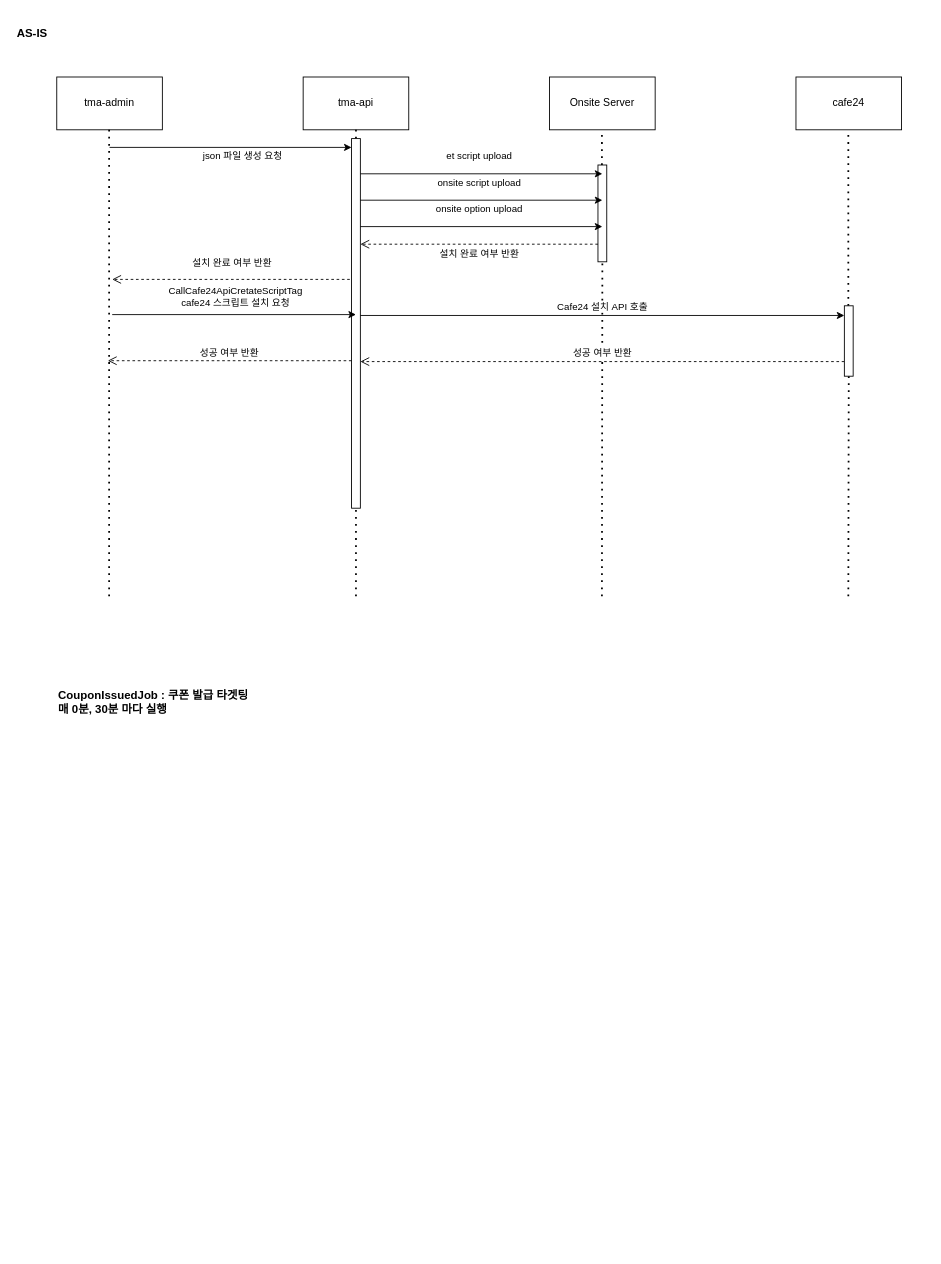
Above: cafe24onboarding.drawio in jaero0725/draw_io (draw.io), before the change. Source tidied: cells renumbered, new cells numbered last; positions are measured from the earlier drawing's top-left corner, leaving out a move shared by most shapes. Both pictures are drawn from the tidied source at 88%, with x=0, y=0 at pixel (15, 15).
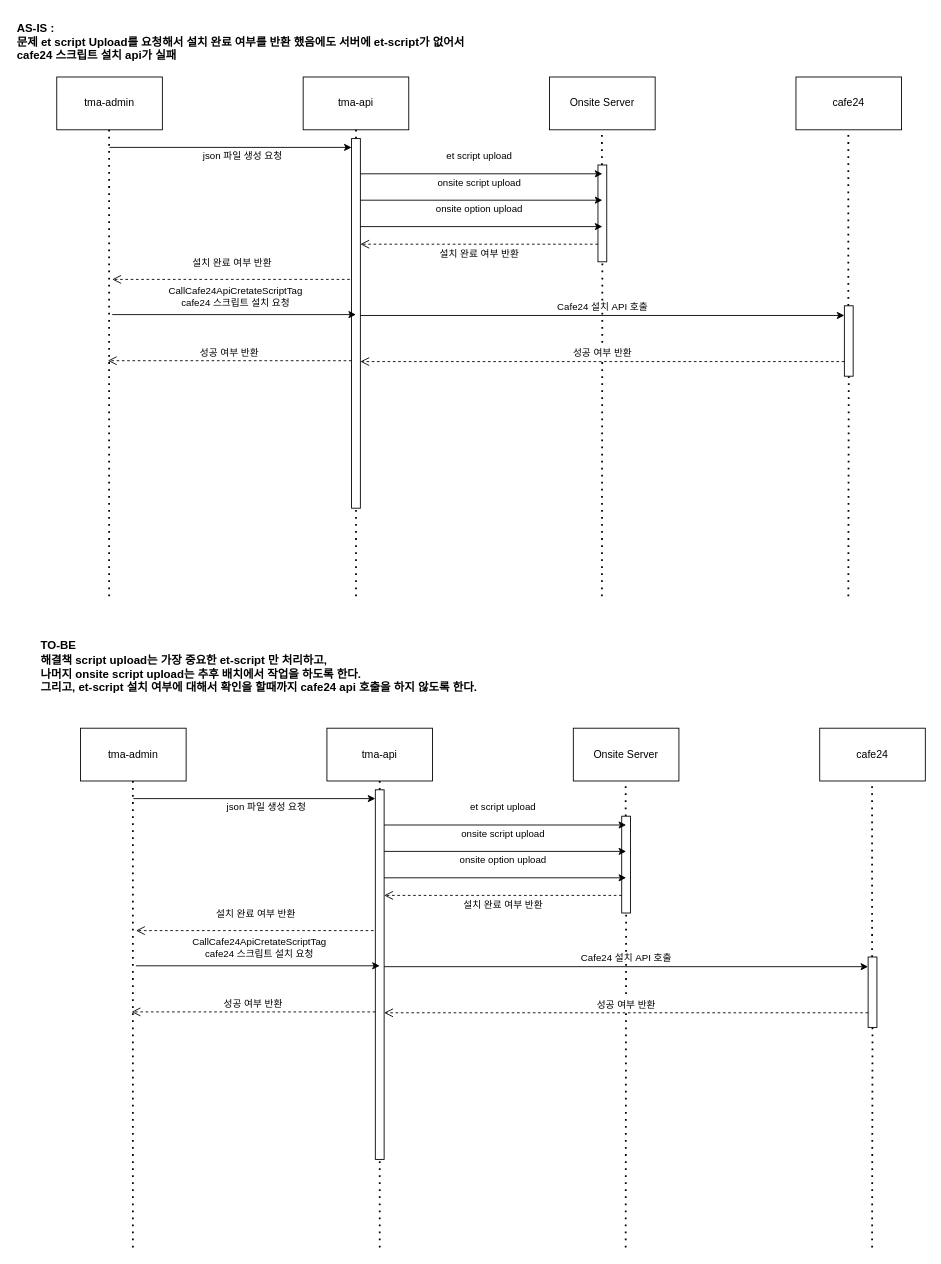
The same diagram, later.

What changed in the source:
```diff
@@
-    <mxCell id="17" value="CouponIssuedJob : 쿠폰 발급 타겟팅&lt;br style=&quot;font-size: 13px;&quot;&gt;매 0분, 30분 마다 실행&amp;nbsp;" style="text;strokeColor=none;align=left;fillColor=none;html=1;verticalAlign=middle;whiteSpace=wrap;rounded=0;fontStyle=1;fontSize=13;" parent="1" vertex="1">
-      <mxGeometry x="47" y="760" width="380" height="40" as="geometry" />
-    </mxCell>
@@
-    <mxCell id="27" value="AS-IS" style="text;strokeColor=none;align=left;fillColor=none;html=1;verticalAlign=middle;whiteSpace=wrap;rounded=0;fontStyle=1;fontSize=13;" parent="1" vertex="1">
-      <mxGeometry width="380" height="40" as="geometry" />
+    <mxCell id="27" value="AS-IS :&amp;nbsp;&lt;div&gt;문제 et script Upload를 요청해서 설치 완료 여부를 반환 했음에도 서버에 et-script가 없어서 cafe24 스크립트 설치 api가 실패&lt;/div&gt;" style="text;strokeColor=none;align=left;fillColor=none;html=1;verticalAlign=middle;whiteSpace=wrap;rounded=0;fontStyle=1;fontSize=13;" parent="1" vertex="1">
+      <mxGeometry width="547" height="60" as="geometry" />
     </mxCell>
+    <mxCell id="28" value="tma-admin" style="rounded=0;whiteSpace=wrap;html=1;" parent="1" vertex="1">
+      <mxGeometry x="74" y="810" width="120" height="60" as="geometry" />
+    </mxCell>
+    <mxCell id="29" value="tma-api" style="rounded=0;whiteSpace=wrap;html=1;" parent="1" vertex="1">
+      <mxGeometry x="354" y="810" width="120" height="60" as="geometry" />
+    </mxCell>
+    <mxCell id="30" value="cafe24" style="rounded=0;whiteSpace=wrap;html=1;" parent="1" vertex="1">
+      <mxGeometry x="914" y="810" width="120" height="60" as="geometry" />
+    </mxCell>
+    <mxCell id="31" value="Onsite Server" style="rounded=0;whiteSpace=wrap;html=1;" parent="1" vertex="1">
+      <mxGeometry x="634" y="810" width="120" height="60" as="geometry" />
+    </mxCell>
+    <mxCell id="32" style="endArrow=none;dashed=1;html=1;dashPattern=1 3;strokeWidth=2;rounded=0;entryX=0.5;entryY=1;entryDx=0;entryDy=0;" parent="1" edge="1" source="39" target="29">
+      <mxGeometry relative="1" as="geometry" />
+    </mxCell>
+    <mxCell id="33" style="endArrow=none;dashed=1;html=1;dashPattern=1 3;strokeWidth=2;rounded=0;entryX=0.5;entryY=1;entryDx=0;entryDy=0;" parent="1" edge="1">
+      <mxGeometry relative="1" as="geometry">
+        <mxPoint x="133.5" y="1400" as="sourcePoint" />
+        <mxPoint x="133.5" y="870" as="targetPoint" />
+      </mxGeometry>
+    </mxCell>
+    <mxCell id="34" style="endArrow=none;dashed=1;html=1;dashPattern=1 3;strokeWidth=2;rounded=0;entryX=0.5;entryY=1;entryDx=0;entryDy=0;" parent="1" edge="1" source="37">
+      <mxGeometry relative="1" as="geometry">
+        <mxPoint x="693.5" y="870" as="targetPoint" />
+      </mxGeometry>
+    </mxCell>
+    <mxCell id="35" style="endArrow=none;dashed=1;html=1;dashPattern=1 3;strokeWidth=2;rounded=0;entryX=0.5;entryY=1;entryDx=0;entryDy=0;" parent="1" edge="1" source="49">
+      <mxGeometry relative="1" as="geometry">
+        <mxPoint x="973.5" y="870" as="targetPoint" />
+      </mxGeometry>
+    </mxCell>
+    <mxCell id="36" style="endArrow=none;dashed=1;html=1;dashPattern=1 3;strokeWidth=2;rounded=0;entryX=0.5;entryY=1;entryDx=0;entryDy=0;" parent="1" edge="1" target="37">
+      <mxGeometry relative="1" as="geometry">
+        <mxPoint x="693.5" y="1400" as="sourcePoint" />
+      </mxGeometry>
+    </mxCell>
+    <mxCell id="37" style="html=1;points=[[0,0,0,0,5],[0,1,0,0,-5],[1,0,0,0,5],[1,1,0,0,-5]];perimeter=orthogonalPerimeter;outlineConnect=0;targetShapes=umlLifeline;portConstraint=eastwest;newEdgeStyle={&quot;curved&quot;:0,&quot;rounded&quot;:0};" parent="1" vertex="1">
+      <mxGeometry x="689" y="910" width="10" height="110" as="geometry" />
+    </mxCell>
+    <mxCell id="38" style="endArrow=none;dashed=1;html=1;dashPattern=1 3;strokeWidth=2;rounded=0;entryX=0.5;entryY=1;entryDx=0;entryDy=0;" parent="1" edge="1" target="39">
+      <mxGeometry relative="1" as="geometry">
+        <mxPoint x="414" y="1400" as="sourcePoint" />
+      </mxGeometry>
+    </mxCell>
+    <mxCell id="39" style="html=1;points=[[0,0,0,0,5],[0,1,0,0,-5],[1,0,0,0,5],[1,1,0,0,-5]];perimeter=orthogonalPerimeter;outlineConnect=0;targetShapes=umlLifeline;portConstraint=eastwest;newEdgeStyle={&quot;curved&quot;:0,&quot;rounded&quot;:0};" parent="1" vertex="1">
+      <mxGeometry x="409" y="880" width="10" height="420" as="geometry" />
+    </mxCell>
+    <mxCell id="40" value="onsite script upload" style="endArrow=classic;html=1;rounded=0;" parent="1" edge="1">
+      <mxGeometry x="-0.02" y="20" relative="1" as="geometry">
+        <mxPoint x="419" y="950" as="sourcePoint" />
+        <mxPoint x="694" y="950" as="targetPoint" />
+      </mxGeometry>
+    </mxCell>
+    <mxCell id="41" value="성공 여부 반환" style="html=1;verticalAlign=bottom;endArrow=open;dashed=1;endSize=8;curved=0;rounded=0;" parent="1" edge="1">
+      <mxGeometry relative="1" as="geometry">
+        <mxPoint x="969" y="1133.4" as="sourcePoint" />
+        <mxPoint x="419" y="1133.4" as="targetPoint" />
+      </mxGeometry>
+    </mxCell>
+    <mxCell id="42" value="설치 완료 여부 반환" style="html=1;verticalAlign=bottom;endArrow=open;dashed=1;endSize=8;curved=0;rounded=0;" parent="1" edge="1">
+      <mxGeometry x="-0.01" y="-10" relative="1" as="geometry">
+        <mxPoint x="407" y="1040" as="sourcePoint" />
+        <mxPoint x="137" y="1040" as="targetPoint" />
+      </mxGeometry>
+    </mxCell>
+    <mxCell id="43" value="json 파일 생성 요청" style="endArrow=classic;html=1;rounded=0;" parent="1" edge="1" target="39">
+      <mxGeometry x="0.09" y="-10" relative="1" as="geometry">
+        <mxPoint x="134" y="890" as="sourcePoint" />
+        <mxPoint x="1" as="offset" />
+      </mxGeometry>
+    </mxCell>
+    <mxCell id="44" value="et script upload" style="endArrow=classic;html=1;rounded=0;" parent="1" edge="1">
+      <mxGeometry x="-0.02" y="20" relative="1" as="geometry">
+        <mxPoint x="419" y="920" as="sourcePoint" />
+        <mxPoint x="694" y="920" as="targetPoint" />
+      </mxGeometry>
+    </mxCell>
+    <mxCell id="45" value="onsite option upload" style="endArrow=classic;html=1;rounded=0;" parent="1" edge="1">
+      <mxGeometry x="-0.02" y="20" relative="1" as="geometry">
+        <mxPoint x="419" y="980" as="sourcePoint" />
+        <mxPoint x="694" y="980" as="targetPoint" />
+      </mxGeometry>
+    </mxCell>
+    <mxCell id="46" value="CallCafe24ApiCretateScriptTag&lt;div&gt;cafe24 스크립트 설치 요청&lt;/div&gt;" style="endArrow=classic;html=1;rounded=0;" parent="1" edge="1">
+      <mxGeometry x="0.01" y="20" relative="1" as="geometry">
+        <mxPoint x="137" y="1080" as="sourcePoint" />
+        <mxPoint x="414" y="1080" as="targetPoint" />
+      </mxGeometry>
+    </mxCell>
+    <mxCell id="47" value="Cafe24 설치 API 호출" style="endArrow=classic;html=1;rounded=0;" parent="1" edge="1">
+      <mxGeometry y="10" relative="1" as="geometry">
+        <mxPoint x="419" y="1081" as="sourcePoint" />
+        <mxPoint x="969" y="1081" as="targetPoint" />
+      </mxGeometry>
+    </mxCell>
+    <mxCell id="48" style="endArrow=none;dashed=1;html=1;dashPattern=1 3;strokeWidth=2;rounded=0;entryX=0.5;entryY=1;entryDx=0;entryDy=0;" parent="1" edge="1" target="49">
+      <mxGeometry relative="1" as="geometry">
+        <mxPoint x="973.5" y="1400" as="sourcePoint" />
+      </mxGeometry>
+    </mxCell>
+    <mxCell id="49" style="html=1;points=[[0,0,0,0,5],[0,1,0,0,-5],[1,0,0,0,5],[1,1,0,0,-5]];perimeter=orthogonalPerimeter;outlineConnect=0;targetShapes=umlLifeline;portConstraint=eastwest;newEdgeStyle={&quot;curved&quot;:0,&quot;rounded&quot;:0};" parent="1" vertex="1">
+      <mxGeometry x="969" y="1070" width="10" height="80" as="geometry" />
+    </mxCell>
+    <mxCell id="50" value="성공 여부 반환" style="html=1;verticalAlign=bottom;endArrow=open;dashed=1;endSize=8;curved=0;rounded=0;" parent="1" edge="1">
+      <mxGeometry relative="1" as="geometry">
+        <mxPoint x="409" y="1132.4" as="sourcePoint" />
+        <mxPoint x="132" y="1132.4" as="targetPoint" />
+      </mxGeometry>
+    </mxCell>
+    <mxCell id="51" value="설치 완료 여부 반환" style="html=1;verticalAlign=bottom;endArrow=open;dashed=1;endSize=8;curved=0;rounded=0;" parent="1" edge="1">
+      <mxGeometry y="20" relative="1" as="geometry">
+        <mxPoint x="689" y="1000" as="sourcePoint" />
+        <mxPoint x="419" y="1000" as="targetPoint" />
+      </mxGeometry>
+    </mxCell>
+    <mxCell id="52" value="TO-BE&lt;div&gt;해결책 script upload는 가장 중요한 et-script 만 처리하고,&amp;nbsp;&lt;/div&gt;&lt;div&gt;나머지 onsite script upload는 추후 배치에서 작업을 하도록 한다.&lt;/div&gt;&lt;div&gt;그리고, et-script 설치 여부에 대해서 확인을 할때까지 cafe24 api 호출을 하지 않도록 한다.&lt;/div&gt;" style="text;strokeColor=none;align=left;fillColor=none;html=1;verticalAlign=middle;whiteSpace=wrap;rounded=0;fontStyle=1;fontSize=13;" parent="1" vertex="1">
+      <mxGeometry x="27" y="700" width="590" height="80" as="geometry" />
+    </mxCell>
```
